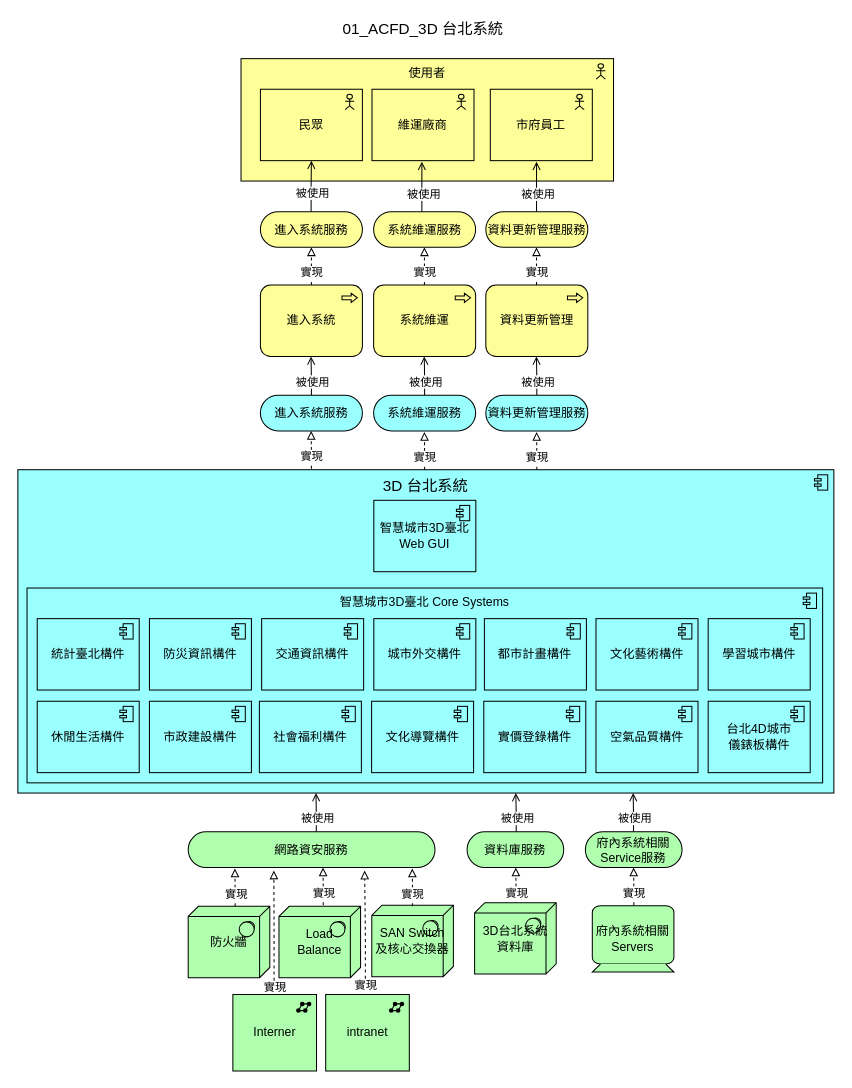
Earlier version of the draw.io diagram page "01_ACFD_3D 台北系統" (1 of 16) of 3D.drawio (cxr0801/officesys). Source tidied: cells renumbered, new cells numbered last; positions are measured from the earlier drawing's top-left corner, leaving out a move shared by most shapes. Both pictures are drawn from the tidied source at 102%, with x=0, y=0 at pixel (17, 17).
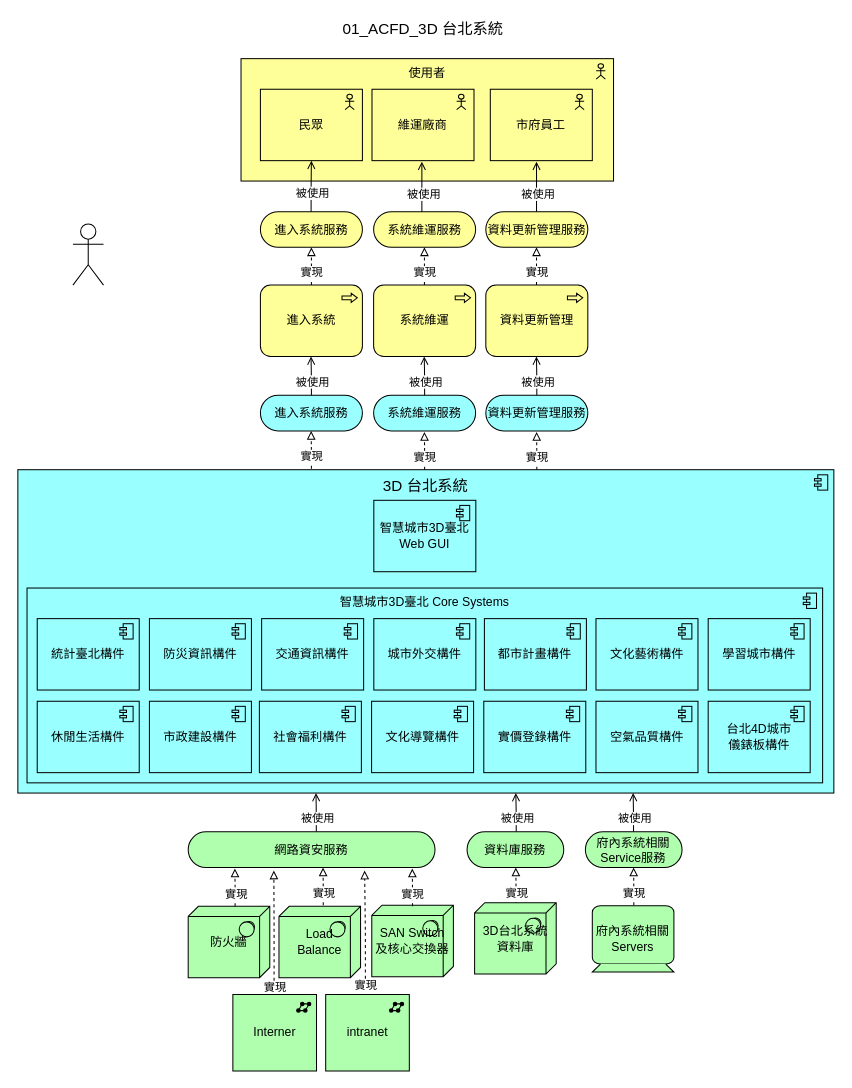
The same diagram, later.

Change to the diagram source:
```diff
@@
+    <mxCell id="87" style="shape=umlActor;verticalLabelPosition=bottom;verticalAlign=top;html=1;" parent="1" vertex="1">
+      <mxGeometry x="54" y="202" width="30" height="60" as="geometry" />
+    </mxCell>
```
